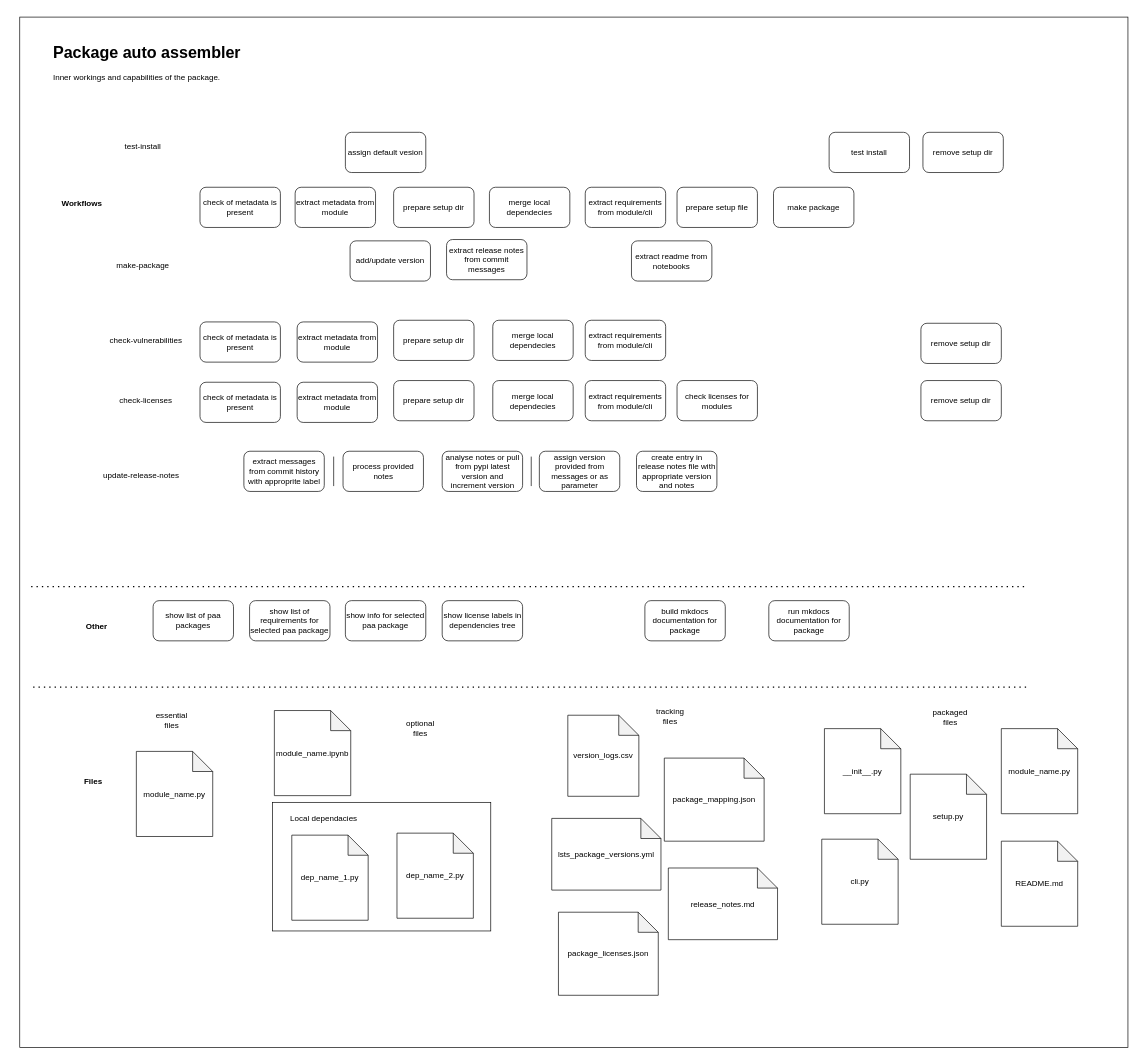
Above: page "flow" (2 of 2) of drawio/package_auto_assembler.drawio in Kiril-Mordan/reusables (draw.io), before the change. Source tidied: cells renumbered, new cells numbered last; positions are measured from the earlier drawing's top-left corner, leaving out a move shared by most shapes. Both pictures are drawn from the tidied source at 67%, with x=0, y=0 at pixel (19, 17).
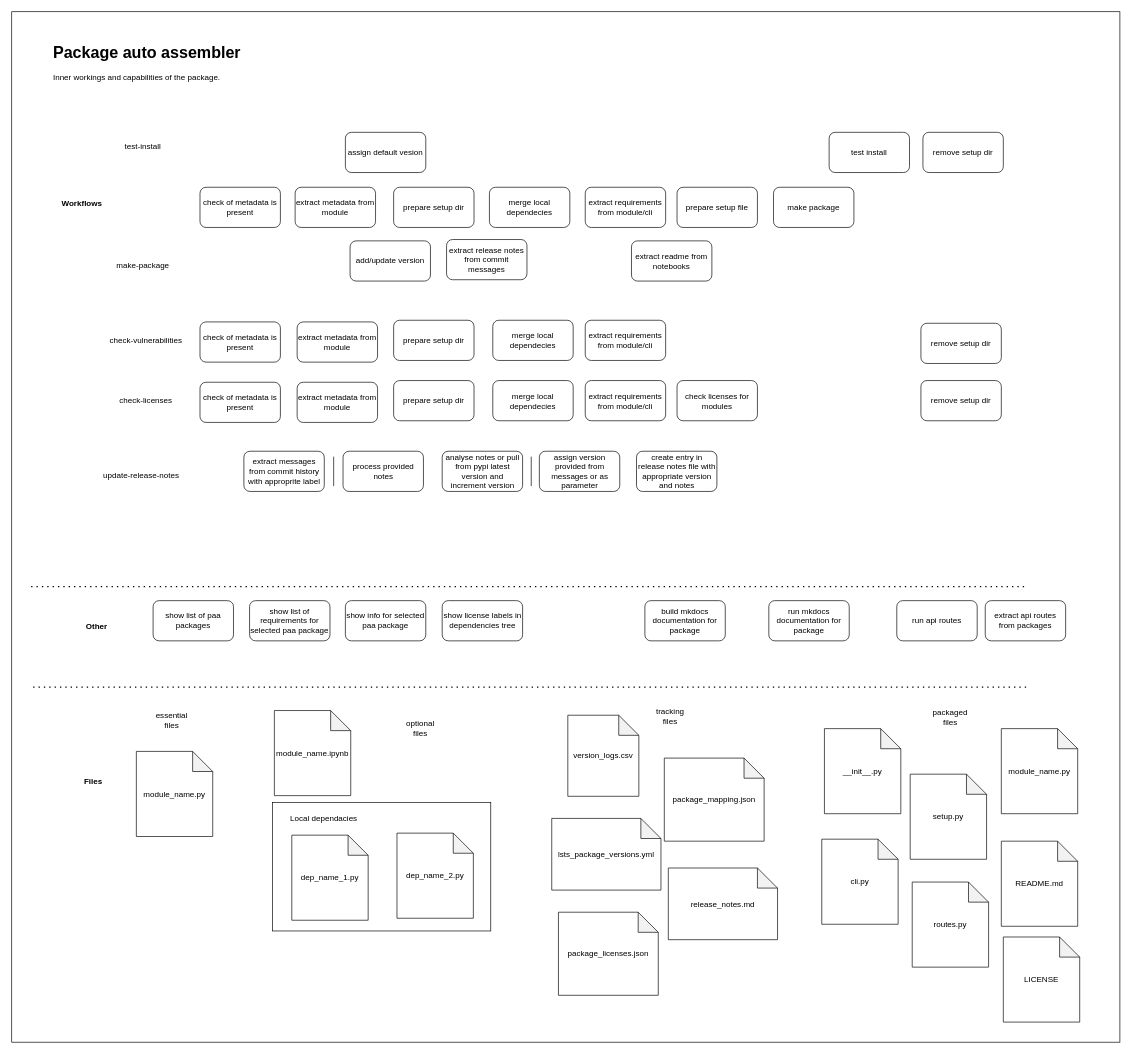
The same diagram, later.

What changed in the source:
```diff
@@
     <mxCell id="2" style="rounded=0;whiteSpace=wrap;html=1;" parent="1" vertex="1">
-      <mxGeometry width="1654" height="1538" as="geometry" />
+      <mxGeometry x="-12" y="-8" width="1654" height="1538" as="geometry" />
     </mxCell>
@@
+    <mxCell id="73" value="run api routes" style="rounded=1;whiteSpace=wrap;html=1;" parent="1" vertex="1">
+      <mxGeometry x="1309" y="871" width="120" height="60" as="geometry" />
+    </mxCell>
+    <mxCell id="74" value="extract api routes from packages" style="rounded=1;whiteSpace=wrap;html=1;" parent="1" vertex="1">
+      <mxGeometry x="1441" y="871" width="120" height="60" as="geometry" />
+    </mxCell>
+    <mxCell id="75" value="routes.py" style="shape=note;whiteSpace=wrap;html=1;backgroundOutline=1;darkOpacity=0.05;" parent="1" vertex="1">
+      <mxGeometry x="1332" y="1291" width="114" height="127" as="geometry" />
+    </mxCell>
+    <mxCell id="76" value="LICENSE" style="shape=note;whiteSpace=wrap;html=1;backgroundOutline=1;darkOpacity=0.05;" parent="1" vertex="1">
+      <mxGeometry x="1468" y="1373" width="114" height="127" as="geometry" />
+    </mxCell>
```
